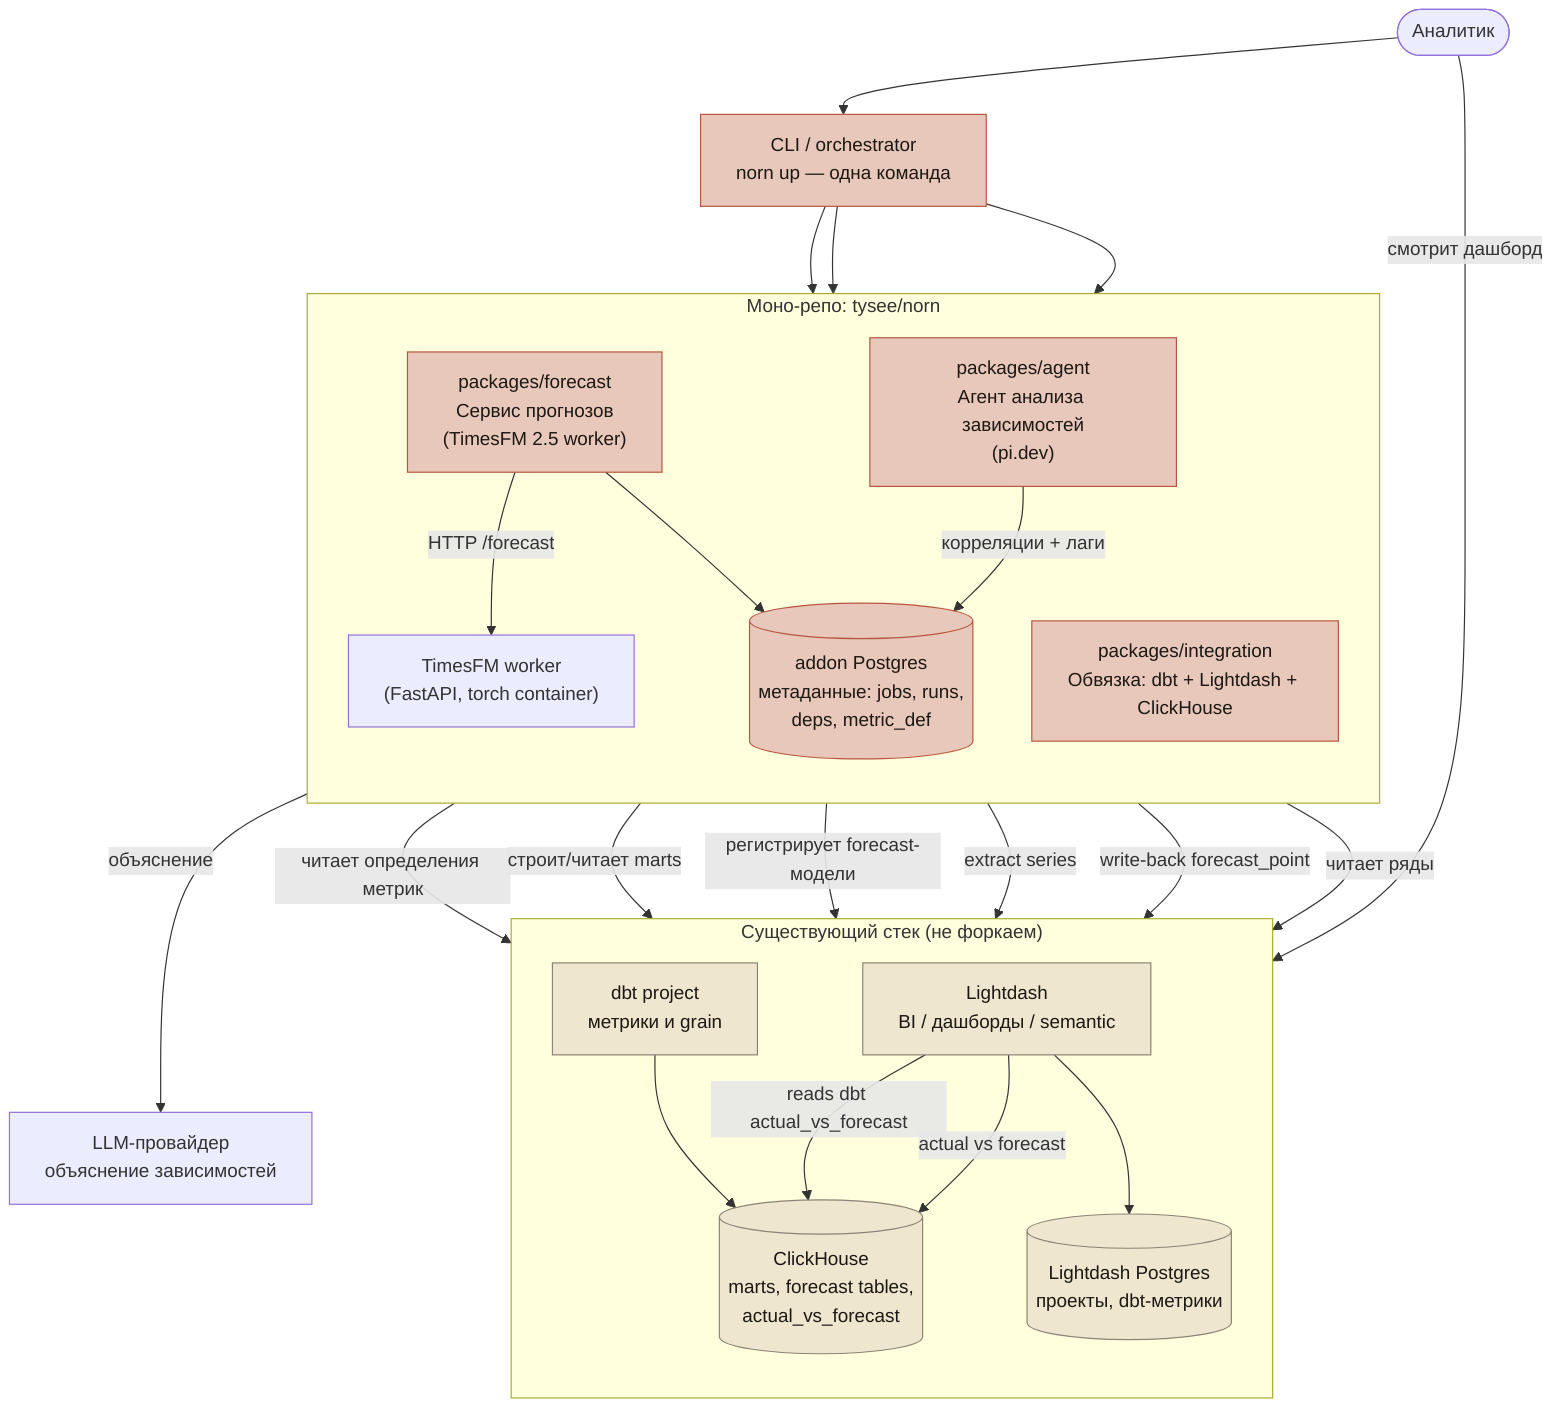
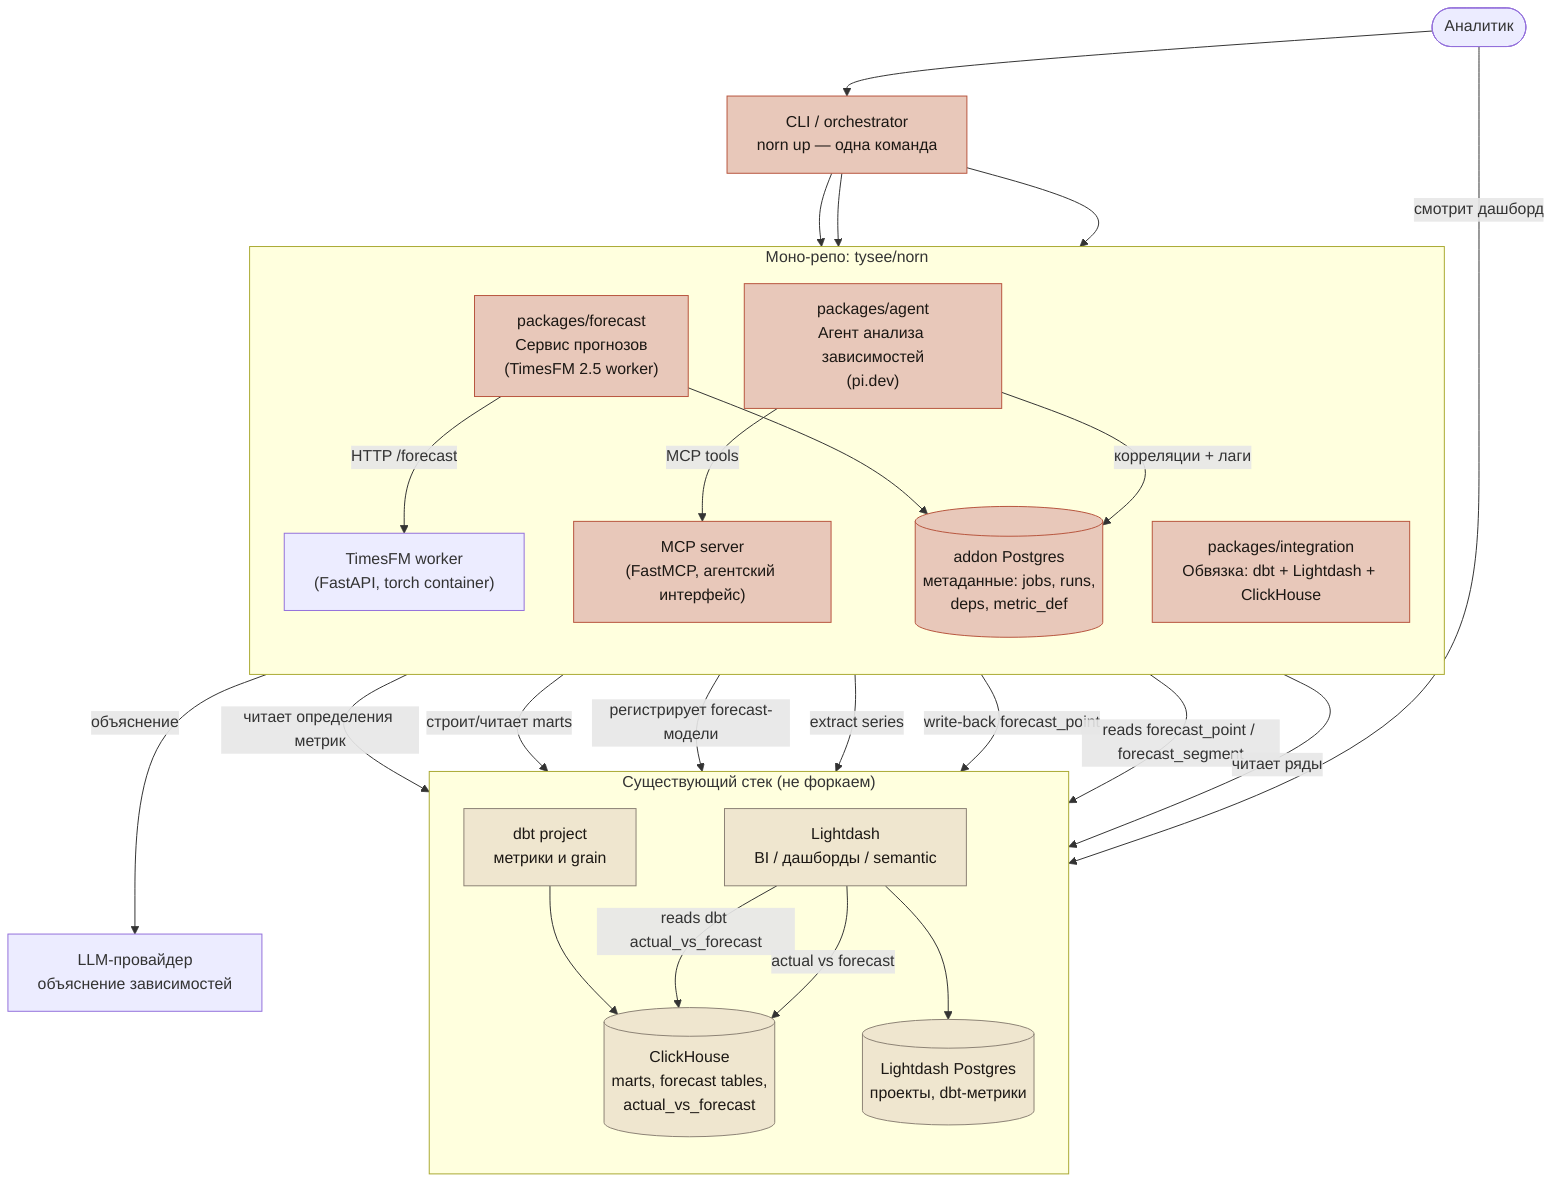
%% Norn — архитектура sidecar к Lightdash
flowchart TB

    analyst([Аналитик])
    cli["CLI / orchestrator<br/>norn up — одна команда"]

    subgraph monorepo["Моно-репо: tysee/norn"]
        direction TB
        agent["packages/agent<br/>Агент анализа зависимостей<br/>(pi.dev)"]
        forecast["packages/forecast<br/>Сервис прогнозов<br/>(TimesFM 2.5 worker)"]
+         mcp["MCP server<br/>(FastMCP, агентский интерфейс)"]
        tfmworker["TimesFM worker<br/>(FastAPI, torch container)"]
        integ["packages/integration<br/>Обвязка: dbt + Lightdash + ClickHouse"]
        meta[("addon Postgres<br/>метаданные: jobs, runs,<br/>deps, metric_def")]
    end

    subgraph existing["Существующий стек (не форкаем)"]
        direction TB
        lightdash["Lightdash<br/>BI / дашборды / semantic"]
        ldpg[("Lightdash Postgres<br/>проекты, dbt-метрики")]
        ch[("ClickHouse<br/>marts, forecast tables,<br/>actual_vs_forecast")]
        dbt["dbt project<br/>метрики и grain"]
    end

    llm["LLM-провайдер<br/>объяснение зависимостей"]

    analyst --> cli
    cli --> integ
    cli --> forecast
    cli --> agent

    integ -->|читает определения метрик| ldpg
    integ -->|строит/читает marts| ch
    integ -->|регистрирует forecast-модели| dbt
    dbt --> ch

    forecast -->|extract series| ch
    forecast -->|write-back forecast_point| ch
    forecast -->|HTTP /forecast| tfmworker
    lightdash -->|reads dbt actual_vs_forecast| ch
+     mcp -->|reads forecast_point / forecast_segment| ch
+     agent -->|MCP tools| mcp
    forecast --> meta

    agent -->|читает ряды| ch
    agent -->|корреляции + лаги| meta
    agent -->|объяснение| llm

    lightdash -->|actual vs forecast| ch
    lightdash --> ldpg
    analyst -->|смотрит дашборд| lightdash

    classDef ours fill:#E8C8BA,stroke:#B8553E,color:#1C1814;
    classDef ext fill:#EFE6CF,stroke:#8C8275,color:#1C1814;
-     class agent,forecast,integ,meta,cli ours;
+     class agent,forecast,mcp,integ,meta,cli ours;
    class lightdash,ldpg,ch,dbt ext;
